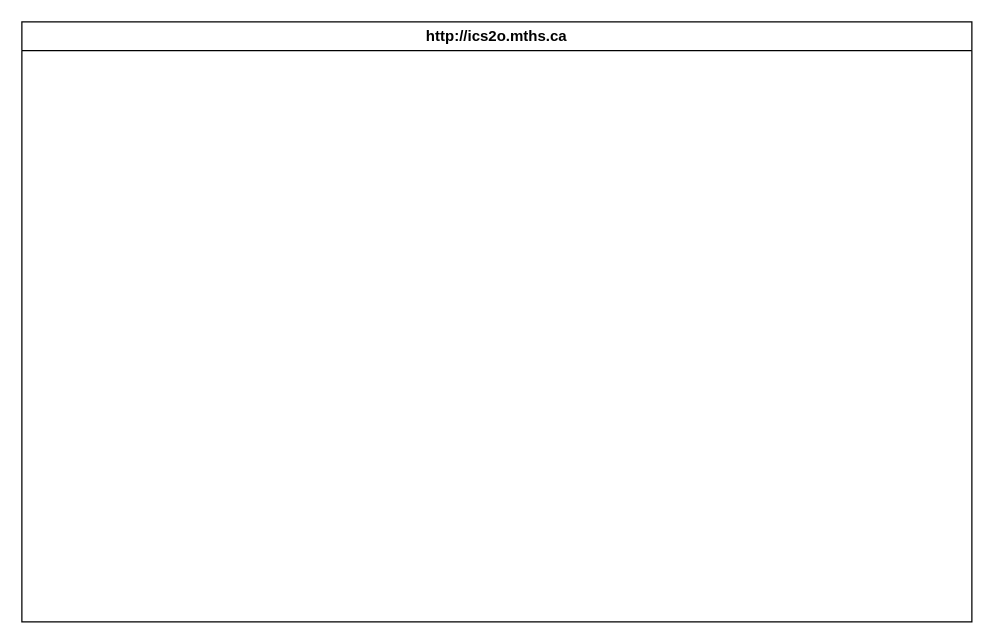
Earlier version of the draw.io diagram design/storyboard.drawio (MTHS-ICD2O-1-2023/ICD2O-Unit-6-03-Adam-Batiuk). Source tidied: cells renumbered, new cells numbered last; positions are measured from the earlier drawing's top-left corner, leaving out a move shared by most shapes. Both pictures are drawn from the tidied source at 125%, with x=0, y=0 at pixel (21, 21).
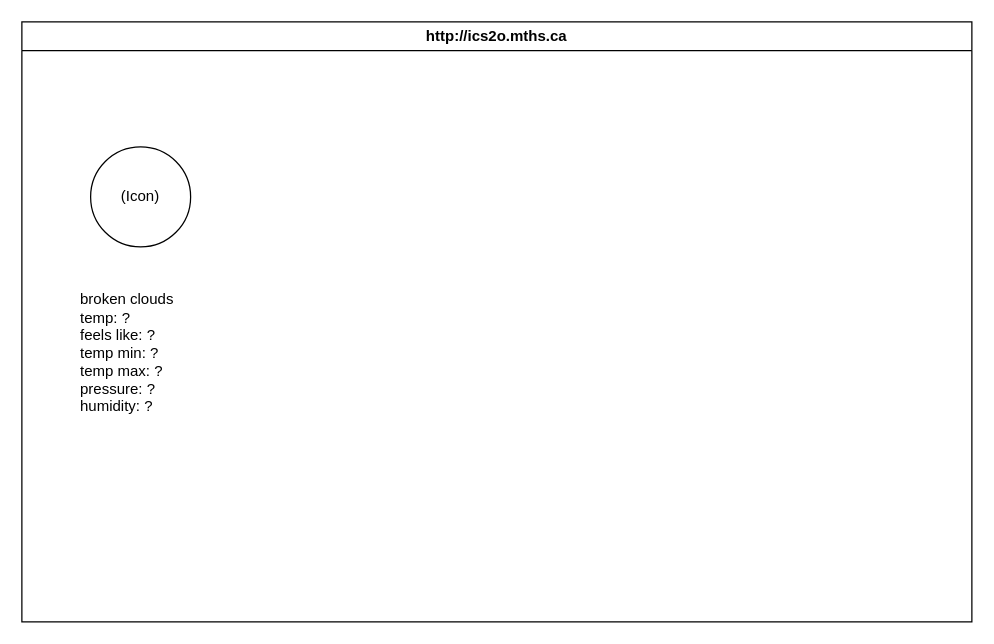
Above is the later version.

The edit, as a diff of the source:
```diff
@@
 <mxGraphModel>
   <root>
     <mxCell id="0" />
     <mxCell id="1" parent="0" />
     <mxCell id="2" value="http://ics2o.mths.ca" style="swimlane;whiteSpace=wrap;html=1;" parent="1" vertex="1">
       <mxGeometry width="760" height="480" as="geometry" />
     </mxCell>
+    <mxCell id="3" value="&lt;div&gt;broken clouds&lt;/div&gt;&lt;div&gt;&lt;span style=&quot;background-color: initial;&quot;&gt;temp: ?&lt;/span&gt;&lt;br&gt;&lt;/div&gt;&lt;div&gt;feels like: ?&lt;/div&gt;&lt;div&gt;&lt;span style=&quot;background-color: initial;&quot;&gt;temp min: ?&lt;/span&gt;&lt;/div&gt;&lt;div&gt;&lt;span style=&quot;background-color: initial;&quot;&gt;temp max: ?&lt;/span&gt;&lt;/div&gt;&lt;div&gt;pressure: ?&lt;/div&gt;&lt;div&gt;humidity: ?&lt;/div&gt;" style="text;html=1;strokeColor=none;fillColor=none;align=left;verticalAlign=middle;whiteSpace=wrap;rounded=0;" parent="2" vertex="1">
+      <mxGeometry x="45" y="250" width="290" height="30" as="geometry" />
+    </mxCell>
+    <mxCell id="4" value="(Icon)" style="ellipse;whiteSpace=wrap;html=1;" parent="2" vertex="1">
+      <mxGeometry x="55" y="100" width="80" height="80" as="geometry" />
+    </mxCell>
   </root>
 </mxGraphModel>
```
